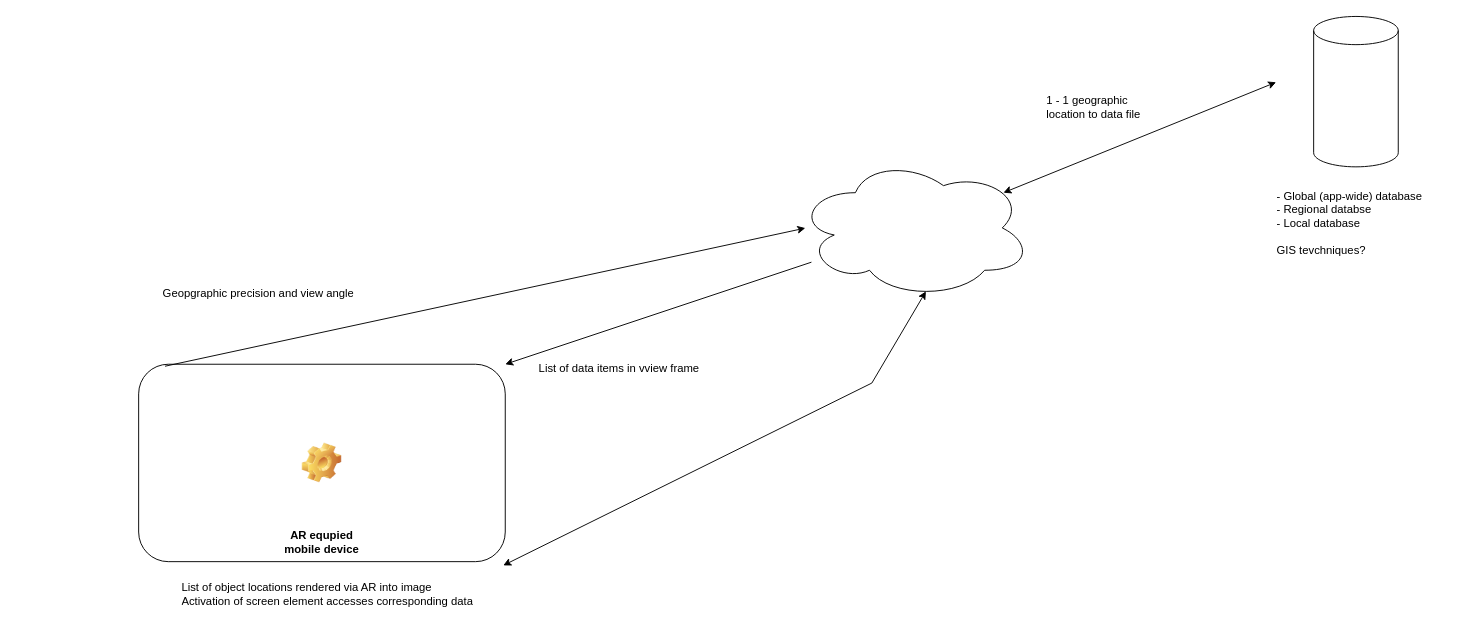
Before: IRUOIRL.drawio in holemanj/Draw, a draw.io diagram. Source tidied: cells renumbered, new cells numbered last; positions are measured from the earlier drawing's top-left corner, leaving out a move shared by most shapes. Both pictures are drawn from the tidied source at 94%, with x=0, y=0 at pixel (138, 16).
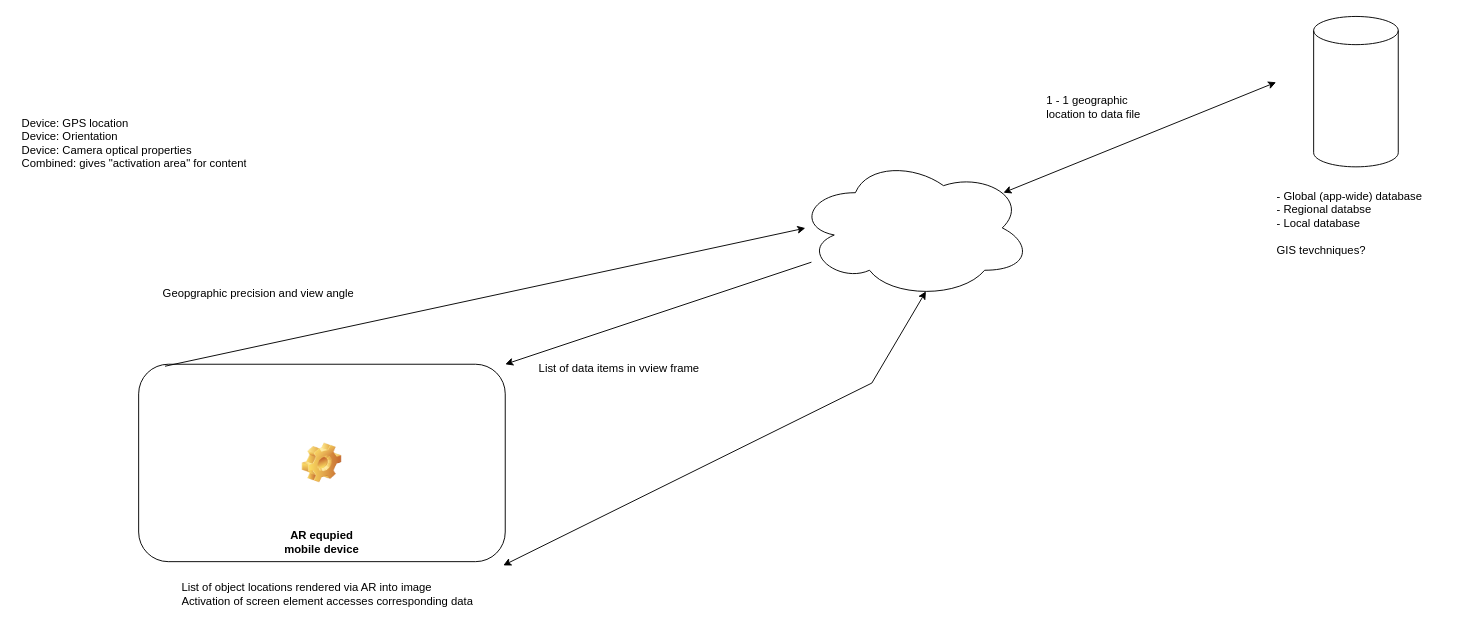
After the change.

Diff of the diagram source:
```diff
@@
 <mxGraphModel>
   <root>
     <mxCell id="0" />
     <mxCell id="1" parent="0" />
     <mxCell id="2" value="AR equpied &lt;br&gt;&lt;div&gt;mobile device&lt;/div&gt;" style="label;whiteSpace=wrap;html=1;align=center;verticalAlign=bottom;spacingLeft=0;spacingBottom=4;imageAlign=center;imageVerticalAlign=middle;image=img/clipart/Gear_128x128.png;imageAspect=1;" parent="1" vertex="1">
       <mxGeometry y="370" width="390" height="210" as="geometry" />
     </mxCell>
     <mxCell id="3" style="ellipse;shape=cloud;whiteSpace=wrap;html=1;" parent="1" vertex="1">
       <mxGeometry x="700" y="150" width="250" height="150" as="geometry" />
     </mxCell>
     <mxCell id="4" style="shape=cylinder3;whiteSpace=wrap;html=1;boundedLbl=1;backgroundOutline=1;size=15;" parent="1" vertex="1">
       <mxGeometry x="1250" width="90" height="160" as="geometry" />
     </mxCell>
     <mxCell id="5" style="endArrow=classic;startArrow=classic;html=1;rounded=0;exitX=0.88;exitY=0.25;exitDx=0;exitDy=0;exitPerimeter=0;" parent="1" edge="1" source="3">
       <mxGeometry relative="1" as="geometry">
         <mxPoint x="1210" y="70" as="targetPoint" />
       </mxGeometry>
     </mxCell>
     <mxCell id="6" style="endArrow=classic;html=1;rounded=0;exitX=0.072;exitY=0.01;exitDx=0;exitDy=0;exitPerimeter=0;entryX=0.037;entryY=0.501;entryDx=0;entryDy=0;entryPerimeter=0;" parent="1" edge="1" source="2" target="3">
       <mxGeometry relative="1" as="geometry" />
     </mxCell>
     <mxCell id="7" value="Geopgraphic precision and view angle" style="text;strokeColor=none;fillColor=none;align=left;verticalAlign=middle;spacingLeft=4;spacingRight=4;overflow=hidden;whiteSpace=wrap;html=1;" parent="1" vertex="1">
       <mxGeometry x="20" y="280" width="240" height="30" as="geometry" />
     </mxCell>
     <mxCell id="8" style="endArrow=classic;html=1;rounded=0;entryX=1;entryY=0;entryDx=0;entryDy=0;" parent="1" edge="1" source="3" target="2">
       <mxGeometry relative="1" as="geometry" />
     </mxCell>
     <mxCell id="9" value="List of data items in vview frame" style="text;strokeColor=none;fillColor=none;align=left;verticalAlign=middle;spacingLeft=4;spacingRight=4;overflow=hidden;whiteSpace=wrap;html=1;" parent="1" vertex="1">
       <mxGeometry x="420" y="360" width="230" height="30" as="geometry" />
     </mxCell>
     <mxCell id="10" value="&lt;div&gt;List of object locations rendered via AR into image&lt;/div&gt;&lt;div&gt;Activation of screen element accesses corresponding data&lt;/div&gt;" style="text;strokeColor=none;fillColor=none;align=left;verticalAlign=middle;spacingLeft=4;spacingRight=4;overflow=hidden;points=[[0,0.5],[1,0.5]];portConstraint=eastwest;whiteSpace=wrap;html=1;" parent="1" vertex="1">
       <mxGeometry x="40" y="590" width="350" height="50" as="geometry" />
     </mxCell>
     <mxCell id="11" style="endArrow=classic;startArrow=classic;html=1;rounded=0;entryX=0.55;entryY=0.95;entryDx=0;entryDy=0;entryPerimeter=0;exitX=0.994;exitY=-0.12;exitDx=0;exitDy=0;exitPerimeter=0;" parent="1" edge="1" source="10" target="3">
       <mxGeometry relative="1" as="geometry">
         <Array as="points">
           <mxPoint x="780" y="390" />
         </Array>
       </mxGeometry>
     </mxCell>
     <mxCell id="12" value="&lt;div&gt;1 - 1 geographic location to data file&lt;/div&gt;&lt;div&gt;&lt;br&gt;&lt;/div&gt;" style="text;strokeColor=none;fillColor=none;align=left;verticalAlign=middle;spacingLeft=4;spacingRight=4;overflow=hidden;whiteSpace=wrap;html=1;" parent="1" vertex="1">
       <mxGeometry x="960" y="80" width="140" height="40" as="geometry" />
     </mxCell>
     <mxCell id="13" value="&lt;div&gt;- Global (app-wide) database&lt;/div&gt;&lt;div&gt;- Regional databse&lt;br&gt;- Local database&lt;br&gt;&lt;br&gt;GIS tevchniques?&lt;/div&gt;" style="text;strokeColor=none;fillColor=none;align=left;verticalAlign=middle;spacingLeft=4;spacingRight=4;overflow=hidden;whiteSpace=wrap;html=1;" parent="1" vertex="1">
       <mxGeometry x="1205" y="180" width="180" height="80" as="geometry" />
     </mxCell>
+    <mxCell id="14" value="Device: GPS location&lt;br&gt;Device: Orientation&lt;br&gt;Device: Camera optical properties&lt;br&gt;Combined: gives &quot;activation area&quot; for content" style="text;strokeColor=none;fillColor=none;align=left;verticalAlign=middle;spacingLeft=4;spacingRight=4;overflow=hidden;whiteSpace=wrap;html=1;" parent="1" vertex="1">
+      <mxGeometry x="-130" y="100" width="300" height="70" as="geometry" />
+    </mxCell>
   </root>
 </mxGraphModel>
```
